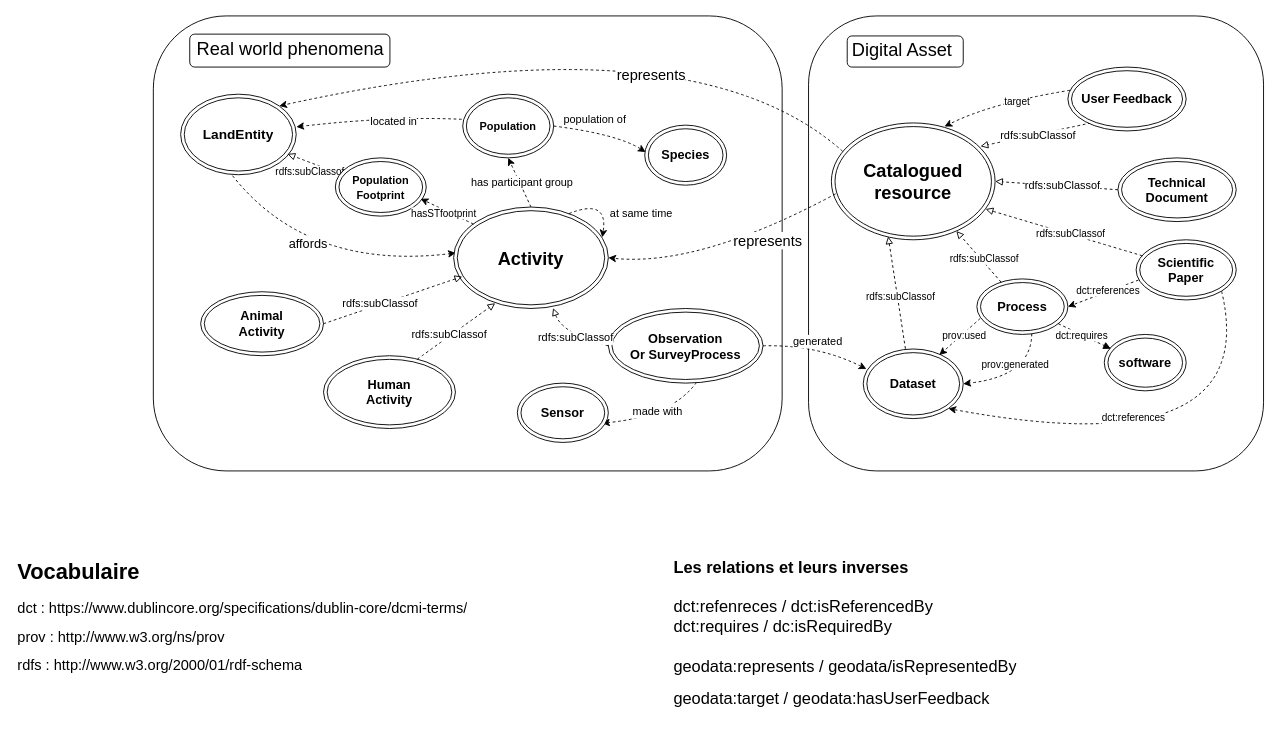
IntForOut/outdoorPressure keeps this draw.io diagram as page "Schema principal" (1 of 3) of docs/diagrams/model_KG_article_long.drawio. Above is the earlier version. Source tidied: cells renumbered, new cells numbered last; positions are measured from the earlier drawing's top-left corner, leaving out a move shared by most shapes. Both pictures are drawn from the tidied source at 91%, with x=0, y=0 at pixel (15, 15).
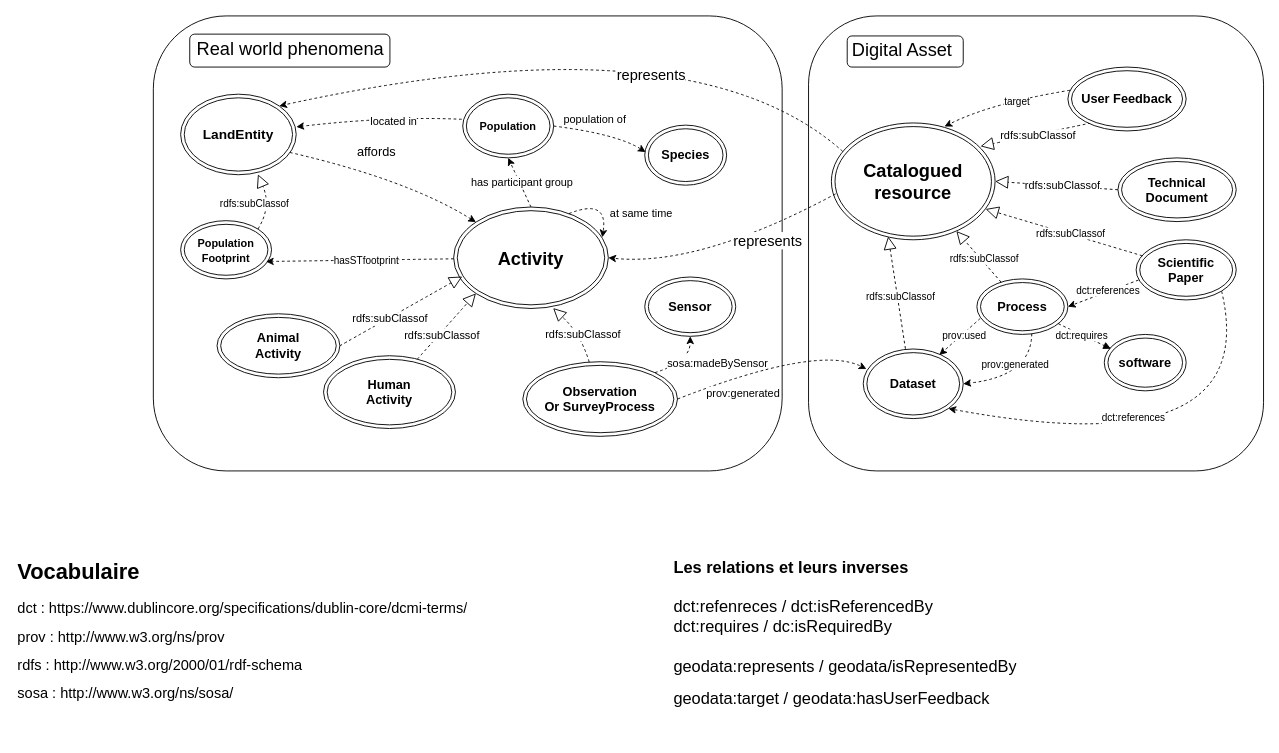
After the change.

Commit message:
vocabulaires et agrandissement des flèches des relations d'héritage

The change refers to these unchanged cells:
```xml
<mxCell id="6" value="&lt;b&gt;&lt;font style=&quot;font-size: 20px;&quot;&gt;Catalogued &lt;br&gt;resource&lt;/font&gt;&lt;/b&gt;" style="ellipse;shape=doubleEllipse;whiteSpace=wrap;html=1;fontSize=14;fillColor=none;" parent="1" vertex="1">
  <mxGeometry x="896.1" y="117.6" width="179.9" height="128.4" as="geometry" />
</mxCell>
<mxCell id="11" value="&lt;b&gt;Scientific&lt;/b&gt;&lt;div&gt;&lt;b&gt;Paper&lt;/b&gt;&lt;/div&gt;" style="ellipse;shape=doubleEllipse;whiteSpace=wrap;html=1;fontSize=14;" parent="1" vertex="1">
  <mxGeometry x="1231" y="246" width="110" height="66.1" as="geometry" />
</mxCell>
<mxCell id="12" value="&lt;b&gt;Human&lt;/b&gt;&lt;div&gt;&lt;b&gt;Activity&lt;/b&gt;&lt;/div&gt;" style="ellipse;shape=doubleEllipse;whiteSpace=wrap;html=1;fontSize=14;" parent="1" vertex="1">
  <mxGeometry x="338" y="373.4" width="145" height="80" as="geometry" />
</mxCell>
<mxCell id="18" value="&lt;b&gt;&lt;font style=&quot;font-size: 15px;&quot;&gt;LandEntity&lt;/font&gt;&lt;/b&gt;" style="ellipse;shape=doubleEllipse;whiteSpace=wrap;html=1;fontSize=14;" parent="1" vertex="1">
  <mxGeometry x="181" y="86" width="127" height="88.5" as="geometry" />
</mxCell>
<mxCell id="21" value="&lt;b&gt;&lt;font style=&quot;font-size: 20px;&quot;&gt;Activity&lt;/font&gt;&lt;/b&gt;" style="ellipse;shape=doubleEllipse;whiteSpace=wrap;html=1;fontSize=14;" parent="1" vertex="1">
  <mxGeometry x="481" y="210" width="170" height="111.5" as="geometry" />
</mxCell>
<mxCell id="25" value="&lt;b&gt;Dataset&lt;/b&gt;" style="ellipse;shape=doubleEllipse;whiteSpace=wrap;html=1;fontSize=14;fillColor=none;" parent="1" vertex="1">
  <mxGeometry x="931.1" y="366" width="109.9" height="76.5" as="geometry" />
</mxCell>
<mxCell id="33" value="&lt;b&gt;Process&lt;/b&gt;" style="ellipse;shape=doubleEllipse;whiteSpace=wrap;html=1;fontSize=14;fillColor=none;" parent="1" vertex="1">
  <mxGeometry x="1056" y="289" width="100" height="61" as="geometry" />
</mxCell>
<mxCell id="48" style="endArrow=classic;html=1;rounded=0;exitX=1;exitY=0.5;exitDx=0;exitDy=0;entryX=0.032;entryY=0.288;entryDx=0;entryDy=0;curved=1;dashed=1;entryPerimeter=0;" parent="1" edge="1" source="15" target="25">
  <mxGeometry relative="1" as="geometry">
    <Array as="points">
      <mxPoint x="881" y="361" />
    </Array>
  </mxGeometry>
</mxCell>
<mxCell id="52" value="&lt;b&gt;User Feedback&lt;/b&gt;" style="ellipse;shape=doubleEllipse;whiteSpace=wrap;html=1;fontSize=14;" parent="1" vertex="1">
  <mxGeometry x="1156" y="56.2" width="130" height="70.2" as="geometry" />
</mxCell>
<mxCell id="63" value="&lt;b&gt;Technical&lt;/b&gt;&lt;div&gt;&lt;b&gt;Document&lt;/b&gt;&lt;/div&gt;" style="ellipse;shape=doubleEllipse;whiteSpace=wrap;html=1;fontSize=14;" parent="1" vertex="1">
  <mxGeometry x="1211" y="156" width="130" height="70" as="geometry" />
</mxCell>
```

What changed in the source:
```diff
@@
-    <mxCell id="13" style="edgeStyle=none;html=1;entryX=0.931;entryY=0.676;entryDx=0;entryDy=0;exitX=0.57;exitY=0.99;exitDx=0;exitDy=0;exitPerimeter=0;rounded=0;curved=1;dashed=1;entryPerimeter=0;" parent="1" edge="1" source="15" target="34">
+    <mxCell id="13" style="edgeStyle=none;html=1;entryX=0.5;entryY=1;entryDx=0;entryDy=0;exitX=1;exitY=0;exitDx=0;exitDy=0;rounded=0;curved=1;dashed=1;" parent="1" edge="1" source="15" target="34">
       <mxGeometry relative="1" as="geometry">
         <Array as="points">
-          <mxPoint x="721" y="440" />
+          <mxPoint x="741" y="380" />
         </Array>
       </mxGeometry>
     </mxCell>
-    <mxCell id="14" value="&lt;font style=&quot;font-size: 12px;&quot;&gt;made with&lt;/font&gt;" style="edgeLabel;html=1;align=center;verticalAlign=middle;fontSize=14;" parent="13" vertex="1">
+    <mxCell id="14" value="&lt;font style=&quot;font-size: 12px;&quot;&gt;sosa:madeBySensor&lt;/font&gt;" style="edgeLabel;html=1;align=center;verticalAlign=middle;fontSize=14;" parent="13" vertex="1">
       <mxGeometry x="0.04" y="-8" relative="1" as="geometry">
-        <mxPoint x="2" as="offset" />
+        <mxPoint x="32" y="-9" as="offset" />
       </mxGeometry>
     </mxCell>
     <mxCell id="15" value="&lt;b&gt;Observation&lt;br&gt;Or SurveyProcess&lt;/b&gt;" style="ellipse;shape=doubleEllipse;whiteSpace=wrap;html=1;fontSize=14;" parent="1" vertex="1">
-      <mxGeometry x="651" y="321.5" width="170" height="82" as="geometry" />
+      <mxGeometry x="557" y="380" width="170" height="82" as="geometry" />
     </mxCell>
-    <mxCell id="16" style="edgeStyle=none;html=1;rounded=0;curved=1;dashed=1;exitX=0.449;exitY=1.012;exitDx=0;exitDy=0;exitPerimeter=0;entryX=0.014;entryY=0.453;entryDx=0;entryDy=0;entryPerimeter=0;" parent="1" edge="1" source="18" target="21">
+    <mxCell id="16" style="edgeStyle=none;html=1;rounded=0;curved=1;dashed=1;entryX=0;entryY=0;entryDx=0;entryDy=0;" parent="1" edge="1" target="21">
       <mxGeometry relative="1" as="geometry">
+        <mxPoint x="301" y="150" as="sourcePoint" />
         <Array as="points">
-          <mxPoint x="321" y="280" />
+          <mxPoint x="431" y="180" />
         </Array>
       </mxGeometry>
     </mxCell>
@@
     <mxCell id="22" value="&lt;b&gt;Animal&lt;/b&gt;&lt;div&gt;&lt;b&gt;Activity&lt;/b&gt;&lt;/div&gt;" style="ellipse;shape=doubleEllipse;whiteSpace=wrap;html=1;fontSize=14;" parent="1" vertex="1">
-      <mxGeometry x="203" y="303.1" width="135" height="70.3" as="geometry" />
+      <mxGeometry x="221" y="327.3" width="135" height="70.3" as="geometry" />
     </mxCell>
-    <mxCell id="23" style="edgeStyle=none;html=1;entryX=0.347;entryY=0.971;entryDx=0;entryDy=0;dashed=1;rounded=0;curved=0;endArrow=block;endFill=0;entryPerimeter=0;exitX=0.422;exitY=-0.003;exitDx=0;exitDy=0;exitPerimeter=0;" parent="1" edge="1" source="25" target="6">
+    <mxCell id="23" style="edgeStyle=none;html=1;entryX=0.347;entryY=0.971;entryDx=0;entryDy=0;dashed=1;rounded=0;curved=0;endArrow=block;endFill=0;entryPerimeter=0;exitX=0.422;exitY=-0.003;exitDx=0;exitDy=0;exitPerimeter=0;endSize=12;" parent="1" edge="1" source="25" target="6">
       <mxGeometry relative="1" as="geometry" />
     </mxCell>
@@
-    <mxCell id="27" style="edgeStyle=none;html=1;dashed=1;endArrow=block;endFill=0;" parent="1" edge="1" source="33" target="6">
+    <mxCell id="27" style="edgeStyle=none;html=1;dashed=1;endArrow=block;endFill=0;endSize=12;" parent="1" edge="1" source="33" target="6">
       <mxGeometry relative="1" as="geometry" />
     </mxCell>
@@
     <mxCell id="34" value="&lt;b&gt;Sensor&lt;/b&gt;" style="ellipse;shape=doubleEllipse;whiteSpace=wrap;html=1;fontSize=14;" parent="1" vertex="1">
-      <mxGeometry x="551" y="403.5" width="100" height="65.2" as="geometry" />
+      <mxGeometry x="691" y="286.9" width="100" height="65.2" as="geometry" />
     </mxCell>
-    <mxCell id="35" style="edgeStyle=none;html=1;exitX=1;exitY=0.5;exitDx=0;exitDy=0;entryX=0.056;entryY=0.685;entryDx=0;entryDy=0;dashed=1;rounded=0;curved=1;endArrow=block;endFill=0;entryPerimeter=0;" parent="1" edge="1" source="22" target="21">
+    <mxCell id="35" style="edgeStyle=none;html=1;exitX=1;exitY=0.5;exitDx=0;exitDy=0;entryX=0.056;entryY=0.685;entryDx=0;entryDy=0;dashed=1;rounded=0;curved=1;endArrow=block;endFill=0;entryPerimeter=0;endSize=12;" parent="1" edge="1" source="22" target="21">
       <mxGeometry relative="1" as="geometry" />
     </mxCell>
@@
-    <mxCell id="37" style="edgeStyle=none;html=1;exitX=0.711;exitY=0.047;exitDx=0;exitDy=0;entryX=0.269;entryY=0.948;entryDx=0;entryDy=0;entryPerimeter=0;rounded=0;curved=1;dashed=1;endArrow=block;endFill=0;labelBackgroundColor=default;exitPerimeter=0;" parent="1" edge="1" source="12" target="21">
+    <mxCell id="37" style="edgeStyle=none;html=1;exitX=0.711;exitY=0.047;exitDx=0;exitDy=0;entryX=0;entryY=1;entryDx=0;entryDy=0;rounded=0;curved=1;dashed=1;endArrow=block;endFill=0;labelBackgroundColor=default;exitPerimeter=0;endSize=12;" parent="1" edge="1" source="12" target="21">
       <mxGeometry relative="1" as="geometry" />
     </mxCell>
     <mxCell id="38" value="&lt;font&gt;rdfs:subClassof&lt;/font&gt;" style="edgeLabel;html=1;align=center;verticalAlign=middle;fontSize=12;" parent="37" vertex="1">
       <mxGeometry x="-0.3" y="4" relative="1" as="geometry">
-        <mxPoint x="7" y="-3" as="offset" />
+        <mxPoint x="7" y="1" as="offset" />
       </mxGeometry>
     </mxCell>
-    <mxCell id="39" style="edgeStyle=none;html=1;entryX=0.643;entryY=0.996;entryDx=0;entryDy=0;rounded=0;curved=1;exitX=0;exitY=0.5;exitDx=0;exitDy=0;endArrow=block;endFill=0;dashed=1;entryPerimeter=0;" parent="1" edge="1" source="15" target="21">
+    <mxCell id="39" style="edgeStyle=none;html=1;entryX=0.643;entryY=0.996;entryDx=0;entryDy=0;rounded=0;curved=1;endArrow=block;endFill=0;dashed=1;entryPerimeter=0;endSize=12;" parent="1" edge="1" source="15" target="21">
       <mxGeometry relative="1" as="geometry">
         <Array as="points">
-          <mxPoint x="601" y="350" />
+          <mxPoint x="621" y="350" />
         </Array>
       </mxGeometry>
     </mxCell>
@@
-    <mxCell id="49" value="&lt;font style=&quot;font-size: 12px;&quot;&gt;&lt;font style=&quot;&quot;&gt;genera&lt;/font&gt;&lt;font style=&quot;&quot;&gt;ted&lt;/font&gt;&lt;/font&gt;" style="edgeLabel;html=1;align=center;verticalAlign=middle;" parent="48" vertex="1">
+    <mxCell id="49" value="&lt;font style=&quot;font-size: 12px;&quot;&gt;&lt;font style=&quot;&quot;&gt;prov:genera&lt;/font&gt;&lt;font style=&quot;&quot;&gt;ted&lt;/font&gt;&lt;/font&gt;" style="edgeLabel;html=1;align=center;verticalAlign=middle;" parent="48" vertex="1">
       <mxGeometry x="0.38" y="4" relative="1" as="geometry">
-        <mxPoint x="-23" y="-10" as="offset" />
+        <mxPoint x="-71" y="53" as="offset" />
       </mxGeometry>
     </mxCell>
-    <mxCell id="50" style="edgeStyle=none;html=1;dashed=1;rounded=0;curved=1;entryX=0.911;entryY=0.2;entryDx=0;entryDy=0;exitX=0.191;exitY=0.877;exitDx=0;exitDy=0;exitPerimeter=0;endArrow=block;endFill=0;entryPerimeter=0;" parent="1" edge="1" source="52" target="6">
+    <mxCell id="50" style="edgeStyle=none;html=1;dashed=1;rounded=0;curved=1;entryX=0.911;entryY=0.2;entryDx=0;entryDy=0;exitX=0.191;exitY=0.877;exitDx=0;exitDy=0;exitPerimeter=0;endArrow=block;endFill=0;entryPerimeter=0;endSize=12;" parent="1" edge="1" source="52" target="6">
       <mxGeometry relative="1" as="geometry" />
     </mxCell>
@@
-    <mxCell id="61" style="edgeStyle=none;html=1;entryX=1;entryY=0.5;entryDx=0;entryDy=0;dashed=1;rounded=0;curved=0;exitX=0;exitY=0.5;exitDx=0;exitDy=0;endArrow=block;endFill=0;" parent="1" edge="1" source="63" target="6">
+    <mxCell id="61" style="edgeStyle=none;html=1;entryX=1;entryY=0.5;entryDx=0;entryDy=0;dashed=1;rounded=0;curved=0;exitX=0;exitY=0.5;exitDx=0;exitDy=0;endArrow=block;endFill=0;endSize=12;" parent="1" edge="1" source="63" target="6">
       <mxGeometry relative="1" as="geometry" />
     </mxCell>
@@
-    <mxCell id="66" style="edgeStyle=none;html=1;entryX=0.942;entryY=0.737;entryDx=0;entryDy=0;entryPerimeter=0;rounded=0;curved=1;endArrow=block;endFill=0;dashed=1;exitX=0.062;exitY=0.266;exitDx=0;exitDy=0;exitPerimeter=0;" parent="1" edge="1" source="11" target="6">
+    <mxCell id="66" style="edgeStyle=none;html=1;entryX=0.942;entryY=0.737;entryDx=0;entryDy=0;entryPerimeter=0;rounded=0;curved=1;endArrow=block;endFill=0;dashed=1;exitX=0.062;exitY=0.266;exitDx=0;exitDy=0;exitPerimeter=0;endSize=12;" parent="1" edge="1" source="11" target="6">
       <mxGeometry relative="1" as="geometry" />
     </mxCell>
@@
-    <mxCell id="70" style="edgeStyle=none;html=1;rounded=0;curved=1;dashed=1;endArrow=block;endFill=0;exitX=0.056;exitY=0.275;exitDx=0;exitDy=0;entryX=0.925;entryY=0.742;entryDx=0;entryDy=0;entryPerimeter=0;exitPerimeter=0;" parent="1" edge="1" source="72" target="18">
-      <mxGeometry relative="1" as="geometry" />
+    <mxCell id="70" style="edgeStyle=none;html=1;rounded=0;curved=1;dashed=1;endArrow=block;endFill=0;exitX=1;exitY=0;exitDx=0;exitDy=0;entryX=0.669;entryY=0.995;entryDx=0;entryDy=0;entryPerimeter=0;endSize=12;" parent="1" edge="1" source="72" target="18">
+      <mxGeometry relative="1" as="geometry">
+        <Array as="points">
+          <mxPoint x="281" y="210" />
+        </Array>
+      </mxGeometry>
     </mxCell>
     <mxCell id="71" value="&lt;font&gt;rdfs:subClassof&lt;/font&gt;" style="edgeLabel;html=1;align=center;verticalAlign=middle;" parent="70" vertex="1">
       <mxGeometry x="0.03" y="2" relative="1" as="geometry">
-        <mxPoint x="-3" y="6" as="offset" />
+        <mxPoint x="-15" y="1" as="offset" />
       </mxGeometry>
     </mxCell>
     <mxCell id="72" value="&lt;b&gt;&lt;font style=&quot;font-size: 12px;&quot;&gt;Population&lt;/font&gt;&lt;/b&gt;&lt;div&gt;&lt;b&gt;&lt;font style=&quot;font-size: 12px;&quot;&gt;Footprint&lt;/font&gt;&lt;/b&gt;&lt;/div&gt;" style="ellipse;shape=doubleEllipse;whiteSpace=wrap;html=1;fontSize=14;" parent="1" vertex="1">
-      <mxGeometry x="351" y="156" width="99.9" height="64" as="geometry" />
+      <mxGeometry x="181" y="225" width="99.9" height="64" as="geometry" />
     </mxCell>
-    <mxCell id="73" style="edgeStyle=none;html=1;entryX=0.938;entryY=0.701;entryDx=0;entryDy=0;entryPerimeter=0;dashed=1;exitX=0.128;exitY=0.168;exitDx=0;exitDy=0;exitPerimeter=0;rounded=0;curved=1;" parent="1" edge="1" source="21" target="72">
+    <mxCell id="73" style="edgeStyle=none;html=1;entryX=0.938;entryY=0.701;entryDx=0;entryDy=0;entryPerimeter=0;dashed=1;rounded=0;curved=1;" parent="1" edge="1" source="21" target="72">
       <mxGeometry relative="1" as="geometry" />
     </mxCell>
@@
-    <mxCell id="75" value="&lt;h1 style=&quot;margin-top: 0px;&quot;&gt;Vocabulaire&lt;/h1&gt;&lt;p&gt;&lt;font style=&quot;font-size: 16px;&quot;&gt;dct : https://www.dublincore.org/specifications/dublin-core/dcmi-terms/&lt;/font&gt;&lt;/p&gt;&lt;p&gt;&lt;font style=&quot;font-size: 16px;&quot;&gt;prov : http://www.w3.org/ns/prov&lt;/font&gt;&lt;/p&gt;&lt;p&gt;&lt;font style=&quot;font-size: 16px;&quot;&gt;rdfs : http://www.w3.org/2000/01/rdf-schema&lt;/font&gt;&lt;/p&gt;&lt;p&gt;&lt;br&gt;&lt;/p&gt;" style="text;html=1;whiteSpace=wrap;overflow=hidden;rounded=0;" parent="1" vertex="1">
+    <mxCell id="75" value="&lt;h1 style=&quot;margin-top: 0px;&quot;&gt;Vocabulaire&lt;/h1&gt;&lt;p&gt;&lt;font style=&quot;font-size: 16px;&quot;&gt;dct : https://www.dublincore.org/specifications/dublin-core/dcmi-terms/&lt;/font&gt;&lt;/p&gt;&lt;p&gt;&lt;font style=&quot;font-size: 16px;&quot;&gt;prov : http://www.w3.org/ns/prov&lt;/font&gt;&lt;/p&gt;&lt;p&gt;&lt;font style=&quot;font-size: 16px;&quot;&gt;rdfs : http://www.w3.org/2000/01/rdf-schema&lt;/font&gt;&lt;/p&gt;&lt;p&gt;&lt;font style=&quot;font-size: 16px;&quot;&gt;sosa : http://www.w3.org/ns/sosa/&lt;/font&gt;&lt;/p&gt;" style="text;html=1;whiteSpace=wrap;overflow=hidden;rounded=0;" parent="1" vertex="1">
       <mxGeometry y="590" width="691" height="180" as="geometry" />
     </mxCell>
```
